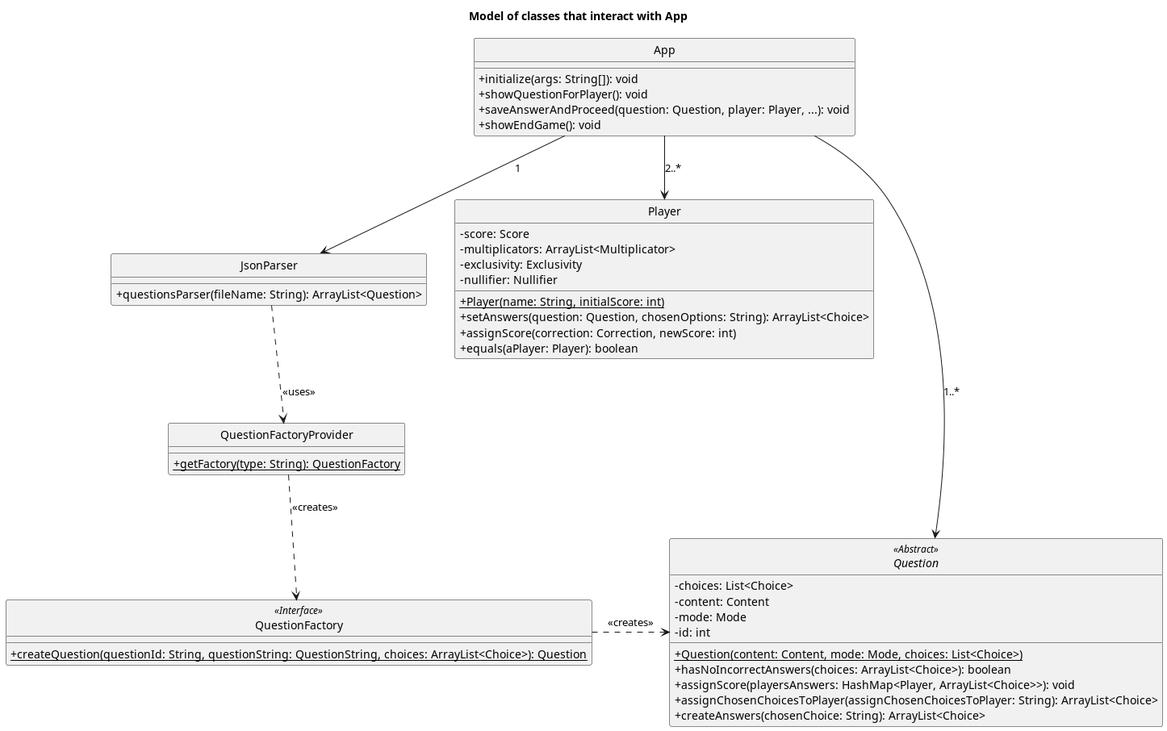
Earlier version of the PlantUML export UML files/images/ClassDiagramGameInteractionsModel.png (agpelliciari/TP2-Algo-III).
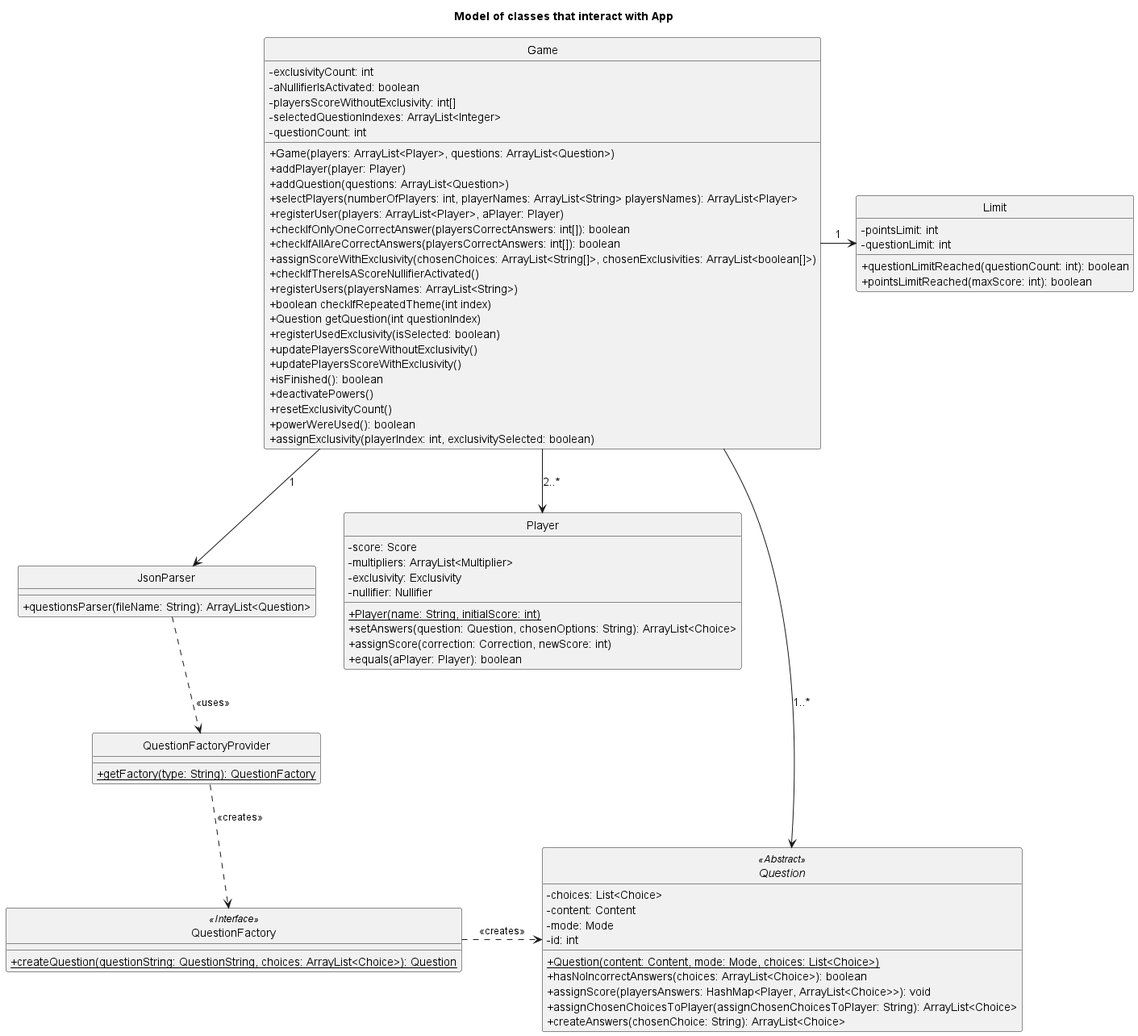
After the commit.

Diff of the diagram source:
```diff
@@ -6,11 +6,39 @@
 
 title: Model of classes that interact with App
 
-class App {
-+initialize(args: String[]): void
-+showQuestionForPlayer(): void
-+saveAnswerAndProceed(question: Question, player: Player, ...): void
-+showEndGame(): void
+class Game {
+- exclusivityCount: int
+- aNullifierIsActivated: boolean
+- playersScoreWithoutExclusivity: int[]
+- selectedQuestionIndexes: ArrayList<Integer>
+- questionCount: int
++ Game(players: ArrayList<Player>, questions: ArrayList<Question>)
++ addPlayer(player: Player)
++ addQuestion(questions: ArrayList<Question>)
++ selectPlayers(numberOfPlayers: int, playerNames: ArrayList<String> playersNames): ArrayList<Player>
++ registerUser(players: ArrayList<Player>, aPlayer: Player)
++ checkIfOnlyOneCorrectAnswer(playersCorrectAnswers: int[]): boolean
++ checkIfAllAreCorrectAnswers(playersCorrectAnswers: int[]): boolean
++ assignScoreWithExclusivity(chosenChoices: ArrayList<String[]>, chosenExclusivities: ArrayList<boolean[]>)
++ checkIfThereIsAScoreNullifierActivated()
++ registerUsers(playersNames: ArrayList<String>)
++ boolean checkIfRepeatedTheme(int index)
++ Question getQuestion(int questionIndex)
++ registerUsedExclusivity(isSelected: boolean)
++ updatePlayersScoreWithoutExclusivity()
++ updatePlayersScoreWithExclusivity()
++ isFinished(): boolean
++ deactivatePowers()
++ resetExclusivityCount()
++ powerWereUsed(): boolean
++ assignExclusivity(playerIndex: int, exclusivitySelected: boolean)
+}
+
+class Limit {
+- pointsLimit: int
+- questionLimit: int
++ questionLimitReached(questionCount: int): boolean
++ pointsLimitReached(maxScore: int): boolean
 }
 
 abstract class Question{
@@ -27,7 +55,7 @@
 
 class Player{
 -score: Score
--multiplicators: ArrayList<Multiplicator>
+-multipliers: ArrayList<Multiplier>
 -exclusivity: Exclusivity
 -nullifier: Nullifier
 +{static}Player(name: String, initialScore: int)
@@ -45,12 +73,13 @@
 }
 
 class QuestionFactory{
-+{static}createQuestion(questionId: String, questionString: QuestionString, choices: ArrayList<Choice>): Question
++{static}createQuestion(questionString: QuestionString, choices: ArrayList<Choice>): Question
 }
 
-App --> Question:1..*
-App --> Player:2..*
-App --> JsonParser:1
+Game --> Question:1..*
+Game --> Player:2..*
+Game --> JsonParser:1
+Game -> Limit:1
 
 JsonParser ..> QuestionFactoryProvider: <<uses>>
 QuestionFactory .> Question: "<<creates>>"
```
